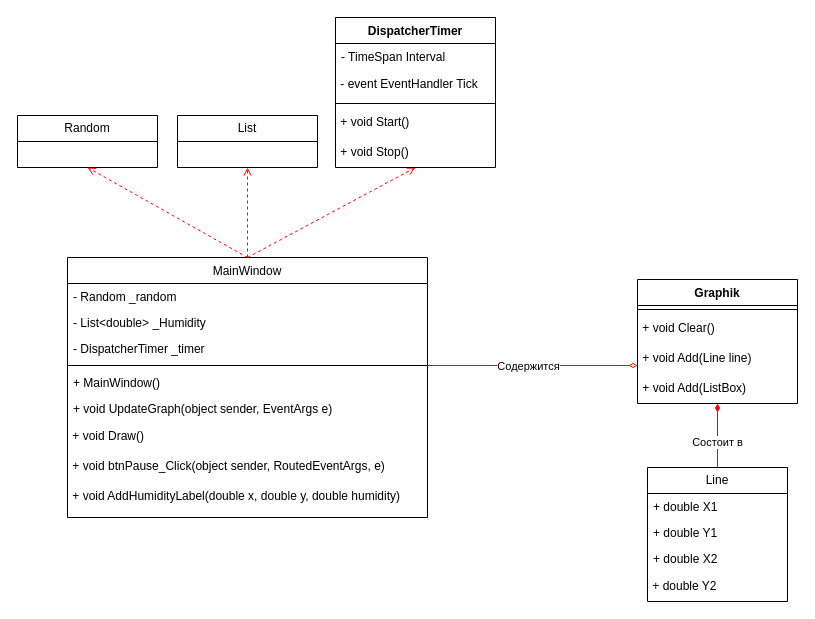
Earlier version of the draw.io diagram Диаграммы/5 Диаграмма классов.drawio (JPKakaAG/praktika5v). Source tidied: cells renumbered, new cells numbered last; positions are measured from the earlier drawing's top-left corner, leaving out a move shared by most shapes. Both pictures are drawn from the tidied source at 100%, with x=0, y=0 at pixel (17, 17).
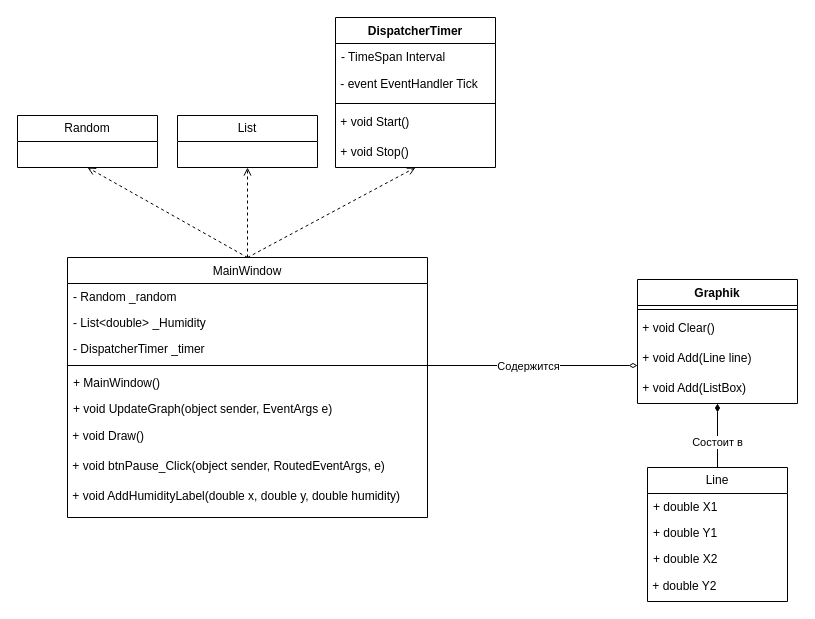
The same diagram, later.

Unchanged cells that the change refers to:
```xml
<mxCell id="2" value="MainWindow" style="swimlane;fontStyle=0;align=center;verticalAlign=top;horizontal=1;startSize=26;rounded=0;shadow=0;strokeWidth=1;" parent="1" vertex="1">
  <mxGeometry x="50" y="240" width="360" height="260" as="geometry" />
</mxCell>
<mxCell id="12" value="Random" style="swimlane;fontStyle=0;horizontal=1;startSize=26;fillColor=none;whiteSpace=wrap;html=1;" parent="1" vertex="1">
  <mxGeometry y="98" width="140" height="52" as="geometry" />
</mxCell>
<mxCell id="13" value="List" style="swimlane;fontStyle=0;horizontal=1;startSize=26;fillColor=none;whiteSpace=wrap;html=1;" parent="1" vertex="1">
  <mxGeometry x="160" y="98" width="140" height="52" as="geometry" />
</mxCell>
<mxCell id="17" value="DispatcherTimer" style="swimlane;fontStyle=1;align=center;verticalAlign=top;horizontal=1;startSize=26;whiteSpace=wrap;html=1;" parent="1" vertex="1">
  <mxGeometry x="318" width="160" height="150" as="geometry" />
</mxCell>
<mxCell id="29" value="&amp;nbsp;+ void Add(ListBox)" style="text;html=1;align=left;verticalAlign=middle;whiteSpace=wrap;rounded=0;" parent="25" vertex="1">
  <mxGeometry y="94" width="160" height="30" as="geometry" />
</mxCell>
<mxCell id="30" value="Line" style="swimlane;fontStyle=0;horizontal=1;startSize=26;fillColor=none;whiteSpace=wrap;html=1;" parent="1" vertex="1">
  <mxGeometry x="630" y="450" width="140" height="134" as="geometry" />
</mxCell>
```

Diff of the diagram source:
```diff
@@
-    <mxCell id="14" style="endArrow=open;html=1;rounded=0;dashed=1;endFill=0;strokeColor=#ff0000;exitX=0.5;exitY=0;exitDx=0;exitDy=0;entryX=0.5;entryY=1;entryDx=0;entryDy=0;" parent="1" edge="1" source="2" target="12">
+    <mxCell id="14" style="endArrow=open;html=1;rounded=0;dashed=1;endFill=0;strokeColor=#000000;exitX=0.5;exitY=0;exitDx=0;exitDy=0;entryX=0.5;entryY=1;entryDx=0;entryDy=0;" parent="1" edge="1" source="2" target="12">
       <mxGeometry relative="1" as="geometry" />
     </mxCell>
-    <mxCell id="15" style="endArrow=open;html=1;rounded=0;dashed=1;endFill=0;strokeColor=#ff0000;exitX=0.5;exitY=0;exitDx=0;exitDy=0;entryX=0.5;entryY=1;entryDx=0;entryDy=0;" parent="1" edge="1" source="2" target="13">
+    <mxCell id="15" style="endArrow=open;html=1;rounded=0;dashed=1;endFill=0;strokeColor=#000000;exitX=0.5;exitY=0;exitDx=0;exitDy=0;entryX=0.5;entryY=1;entryDx=0;entryDy=0;" parent="1" edge="1" source="2" target="13">
       <mxGeometry relative="1" as="geometry" />
     </mxCell>
-    <mxCell id="16" style="endArrow=open;html=1;rounded=0;dashed=1;endFill=0;strokeColor=#ff0000;exitX=0.5;exitY=0;exitDx=0;exitDy=0;entryX=0.5;entryY=1;entryDx=0;entryDy=0;" parent="1" edge="1" source="2" target="17">
+    <mxCell id="16" style="endArrow=open;html=1;rounded=0;dashed=1;endFill=0;strokeColor=#000000;exitX=0.5;exitY=0;exitDx=0;exitDy=0;entryX=0.5;entryY=1;entryDx=0;entryDy=0;" parent="1" edge="1" source="2" target="17">
       <mxGeometry relative="1" as="geometry" />
     </mxCell>
@@
-    <mxCell id="23" style="endArrow=diamondThin;html=1;rounded=0;endFill=0;strokeColor=#ff0000;entryX=0;entryY=0;entryDx=0;entryDy=0;" parent="1" edge="1">
+    <mxCell id="23" style="endArrow=diamondThin;html=1;rounded=0;endFill=0;strokeColor=#000000;entryX=0;entryY=0;entryDx=0;entryDy=0;" parent="1" edge="1">
       <mxGeometry relative="1" as="geometry">
         <mxPoint x="410" y="348" as="sourcePoint" />
         <mxPoint x="620" y="348" as="targetPoint" />
       </mxGeometry>
     </mxCell>
@@
-    <mxCell id="35" style="endArrow=diamondThin;html=1;rounded=0;endFill=1;strokeColor=#ff0000;exitX=0.5;exitY=0;exitDx=0;exitDy=0;entryX=0.5;entryY=1;entryDx=0;entryDy=0;" parent="1" edge="1" source="30" target="29">
+    <mxCell id="35" style="endArrow=diamondThin;html=1;rounded=0;endFill=1;strokeColor=#000000;exitX=0.5;exitY=0;exitDx=0;exitDy=0;entryX=0.5;entryY=1;entryDx=0;entryDy=0;" parent="1" edge="1" source="30" target="29">
       <mxGeometry relative="1" as="geometry" />
     </mxCell>
```
